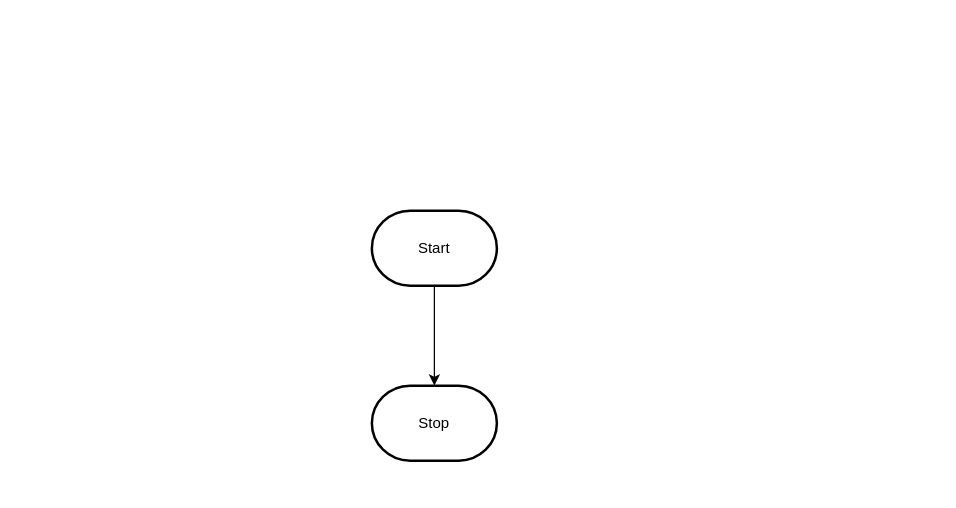
Earlier version of the draw.io diagram design/flowchart.drawio (MTHS-ICS2O-2-2022/ICS2O-Unit-3-02-Yuri-Gabutero24). Source tidied: cells renumbered, new cells numbered last; positions are measured from the earlier drawing's top-left corner, leaving out a move shared by most shapes. Both pictures are drawn from the tidied source at 125%, with x=0, y=0 at pixel (371, 210).
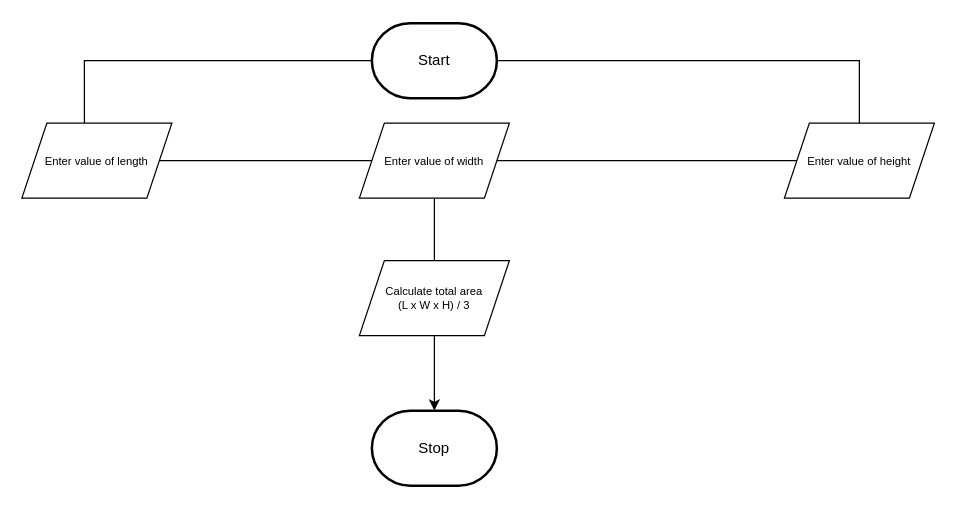
After the change.

Diff of the diagram source:
```diff
@@
 <mxGraphModel>
   <root>
     <mxCell id="0" />
     <mxCell id="1" parent="0" />
-    <mxCell id="2" style="edgeStyle=orthogonalEdgeStyle;html=1;rounded=0;" parent="1" edge="1" source="3" target="4">
+    <mxCell id="2" style="edgeStyle=orthogonalEdgeStyle;html=1;rounded=0;startArrow=none;" parent="1" edge="1" source="7" target="4">
       <mxGeometry relative="1" as="geometry" />
     </mxCell>
+    <mxCell id="5" style="edgeStyle=orthogonalEdgeStyle;html=1;exitX=0;exitY=0.5;exitDx=0;exitDy=0;exitPerimeter=0;entryX=0.417;entryY=0;entryDx=0;entryDy=0;entryPerimeter=0;rounded=0;endArrow=none;endFill=0;" parent="1" edge="1" source="3" target="9">
+      <mxGeometry relative="1" as="geometry" />
+    </mxCell>
     <mxCell id="3" value="Start" style="strokeWidth=2;html=1;shape=mxgraph.flowchart.terminator;whiteSpace=wrap;" parent="1" vertex="1">
-      <mxGeometry width="100" height="60" as="geometry" />
+      <mxGeometry y="-150" width="100" height="60" as="geometry" />
     </mxCell>
     <mxCell id="4" value="Stop" style="strokeWidth=2;html=1;shape=mxgraph.flowchart.terminator;whiteSpace=wrap;" parent="1" vertex="1">
-      <mxGeometry y="140" width="100" height="60" as="geometry" />
+      <mxGeometry y="160" width="100" height="60" as="geometry" />
     </mxCell>
+    <mxCell id="6" style="edgeStyle=orthogonalEdgeStyle;html=1;rounded=0;endArrow=none;" parent="1" edge="1" source="3" target="7">
+      <mxGeometry relative="1" as="geometry" />
+    </mxCell>
+    <mxCell id="7" value="&lt;font style=&quot;font-size: 9px;&quot;&gt;Enter value of height&lt;/font&gt;" style="shape=parallelogram;perimeter=parallelogramPerimeter;whiteSpace=wrap;html=1;fixedSize=1;" parent="1" vertex="1">
+      <mxGeometry x="330" y="-70" width="120" height="60" as="geometry" />
+    </mxCell>
+    <mxCell id="8" style="edgeStyle=orthogonalEdgeStyle;rounded=0;html=1;exitX=1;exitY=0.5;exitDx=0;exitDy=0;endArrow=none;endFill=0;" parent="1" edge="1" source="9" target="10">
+      <mxGeometry relative="1" as="geometry" />
+    </mxCell>
+    <mxCell id="9" value="&lt;font style=&quot;font-size: 9px;&quot;&gt;Enter value of length&lt;/font&gt;" style="shape=parallelogram;perimeter=parallelogramPerimeter;whiteSpace=wrap;html=1;fixedSize=1;" parent="1" vertex="1">
+      <mxGeometry x="-280" y="-70" width="120" height="60" as="geometry" />
+    </mxCell>
+    <mxCell id="10" value="&lt;font style=&quot;font-size: 9px;&quot;&gt;Enter value of width&lt;/font&gt;" style="shape=parallelogram;perimeter=parallelogramPerimeter;whiteSpace=wrap;html=1;fixedSize=1;" parent="1" vertex="1">
+      <mxGeometry x="-10" y="-70" width="120" height="60" as="geometry" />
+    </mxCell>
+    <mxCell id="11" value="Calculate total area&lt;br&gt;(L x W x H) / 3" style="shape=parallelogram;perimeter=parallelogramPerimeter;whiteSpace=wrap;html=1;fixedSize=1;fontSize=9;" parent="1" vertex="1">
+      <mxGeometry x="-10" y="40" width="120" height="60" as="geometry" />
+    </mxCell>
   </root>
 </mxGraphModel>
```
